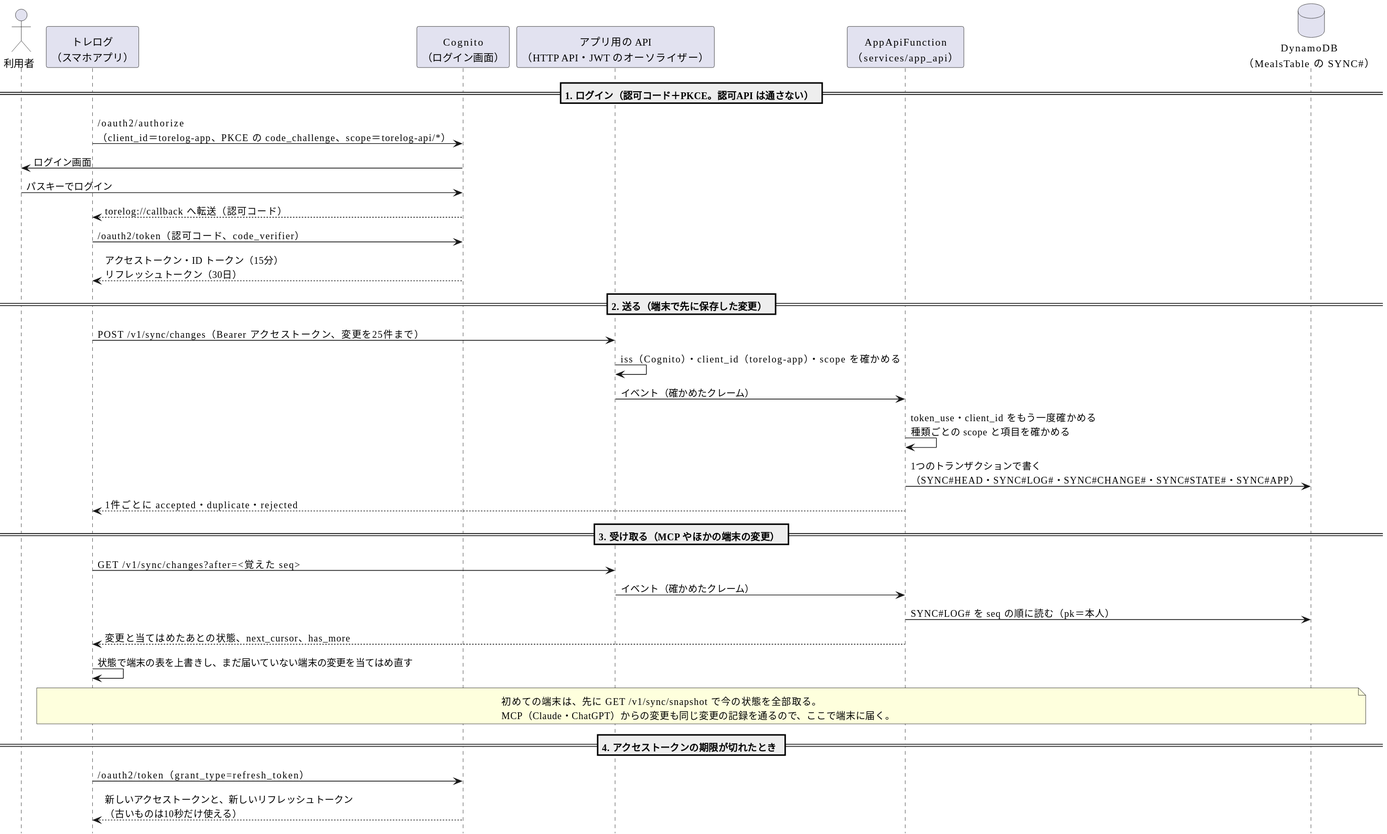
This is docs/sequence-app.svg from ykitaza/health-log, a PlantUML export, as it was before one commit. Source of this version:
```plantuml
@startuml
skinparam defaultFontName "Hiragino Sans"
skinparam shadowing false
skinparam sequenceMessageAlign left
skinparam BoxPadding 8
hide footbox

actor "利用者" as User
participant "トレログ\n（スマホアプリ）" as App
participant "Cognito\n（ログイン画面）" as Cognito
participant "アプリ用の API\n（HTTP API・JWT のオーソライザー）" as Api
participant "AppApiFunction\n（services/app_api）" as Fn
database "DynamoDB\n（MealsTable の SYNC#）" as DB

== 1. ログイン（認可コード＋PKCE。認可API は通さない） ==
App -> Cognito : /oauth2/authorize\n（client_id＝torelog-app、PKCE の code_challenge、scope＝torelog-api/*）
Cognito -> User : ログイン画面
User -> Cognito : パスキーでログイン
Cognito --> App : torelog://callback へ転送（認可コード）
App -> Cognito : /oauth2/token（認可コード、code_verifier）
Cognito --> App : アクセストークン・ID トークン（15分）\nリフレッシュトークン（30日）

== 2. 送る（端末で先に保存した変更） ==
App -> Api : POST /v1/sync/changes（Bearer アクセストークン、変更を25件まで）
Api -> Api : iss（Cognito）・client_id（torelog-app）・scope を確かめる
Api -> Fn : イベント（確かめたクレーム）
Fn -> Fn : token_use・client_id をもう一度確かめる\n種類ごとの scope と項目を確かめる
Fn -> DB : 1つのトランザクションで書く\n（SYNC#HEAD・SYNC#LOG#・SYNC#CHANGE#・SYNC#STATE#・SYNC#APP）
Fn --> App : 1件ごとに accepted・duplicate・rejected

== 3. 受け取る（MCP やほかの端末の変更） ==
App -> Api : GET /v1/sync/changes?after=<覚えた seq>
Api -> Fn : イベント（確かめたクレーム）
Fn -> DB : SYNC#LOG# を seq の順に読む（pk＝本人）
Fn --> App : 変更と当てはめたあとの状態、next_cursor、has_more
App -> App : 状態で端末の表を上書きし、まだ届いていない端末の変更を当てはめ直す

note over App, DB
初めての端末は、先に GET /v1/sync/snapshot で今の状態を全部取る。
MCP（Claude・ChatGPT）からの変更も同じ変更の記録を通るので、ここで端末に届く。
end note

== 4. アクセストークンの期限が切れたとき ==
App -> Cognito : /oauth2/token（grant_type=refresh_token）
Cognito --> App : 新しいアクセストークンと、新しいリフレッシュトークン\n（古いものは10秒だけ使える）
@enduml
```
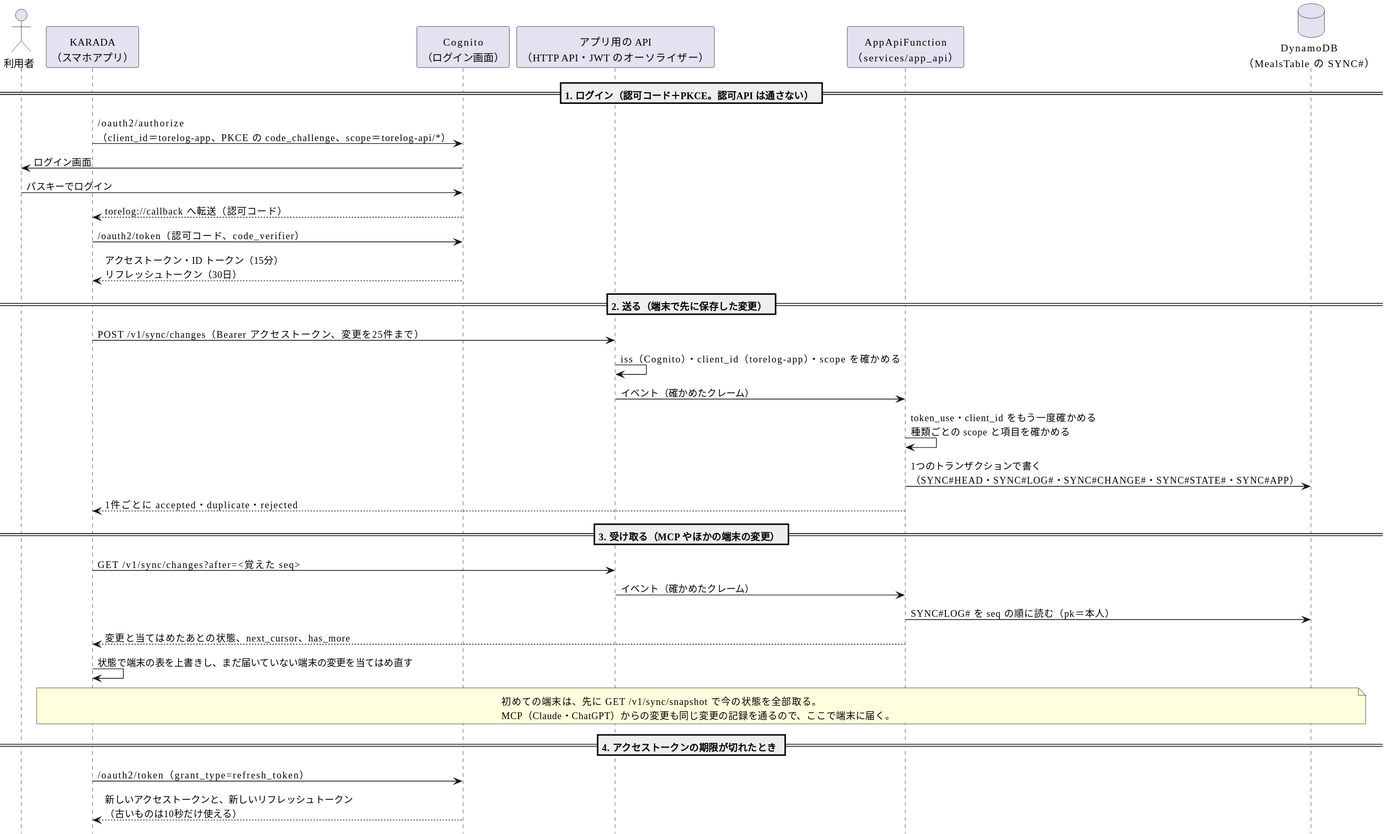
The same diagram one commit later.

What changed in the source:
```diff
@@ -6,7 +6,7 @@
 hide footbox
 
 actor "利用者" as User
-participant "トレログ\n（スマホアプリ）" as App
+participant "KARADA\n（スマホアプリ）" as App
 participant "Cognito\n（ログイン画面）" as Cognito
 participant "アプリ用の API\n（HTTP API・JWT のオーソライザー）" as Api
 participant "AppApiFunction\n（services/app_api）" as Fn
```
